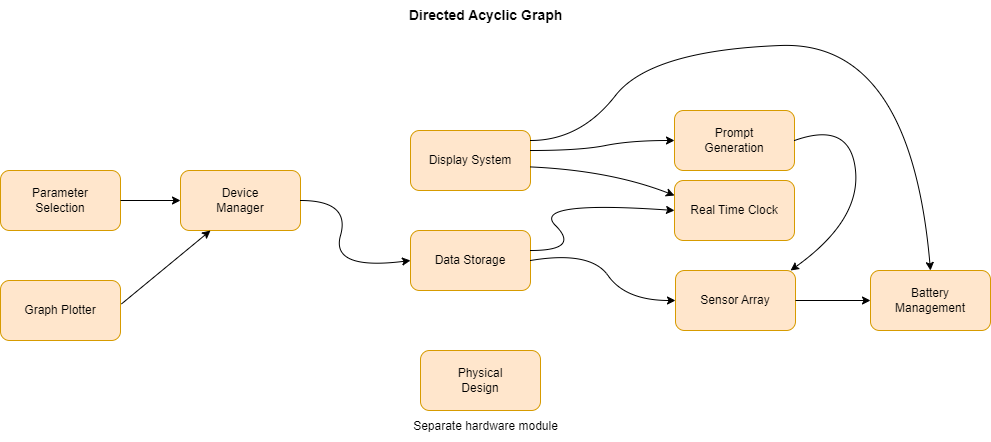
Earlier version of the draw.io export docs/Design/SoftArchitecture/DAG.png (zakerl/Capstone_Project). Source tidied: cells renumbered, new cells last; positions are measured from the earlier drawing's top-left corner, leaving out a move shared by most shapes.
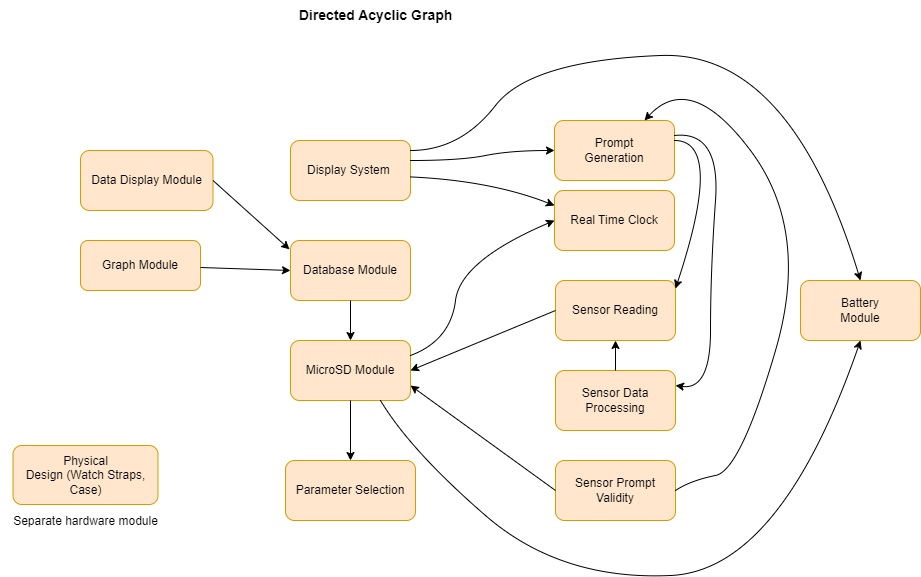
After the change.

Commit message:
Changed diagrams for FSM and DAG

Change to the diagram source:
```diff
@@ -2,114 +2,141 @@
   <root>
     <mxCell id="0" />
     <mxCell id="1" parent="0" />
-    <mxCell id="2" value="Battery &lt;br&gt;Management" style="rounded=1;whiteSpace=wrap;html=1;fillColor=#ffe6cc;strokeColor=#d79b00;" parent="1" vertex="1">
-      <mxGeometry x="870" y="270" width="120" height="60" as="geometry" />
+    <mxCell id="2" value="Battery &lt;br&gt;Module" style="rounded=1;whiteSpace=wrap;html=1;fillColor=#ffe6cc;strokeColor=#d79b00;" parent="1" vertex="1">
+      <mxGeometry x="900" y="350" width="120" height="60" as="geometry" />
     </mxCell>
-    <mxCell id="3" value="Sensor Array" style="rounded=1;whiteSpace=wrap;html=1;fillColor=#ffe6cc;strokeColor=#d79b00;" parent="1" vertex="1">
-      <mxGeometry x="675" y="270" width="120" height="60" as="geometry" />
+    <mxCell id="3" value="Sensor Reading" style="rounded=1;whiteSpace=wrap;html=1;fillColor=#ffe6cc;strokeColor=#d79b00;" parent="1" vertex="1">
+      <mxGeometry x="655" y="350" width="120" height="60" as="geometry" />
     </mxCell>
-    <mxCell id="4" value="Device&lt;br&gt;Manager" style="rounded=1;whiteSpace=wrap;html=1;fillColor=#ffe6cc;strokeColor=#d79b00;" parent="1" vertex="1">
-      <mxGeometry x="180" y="170" width="120" height="60" as="geometry" />
-    </mxCell>
-    <mxCell id="5" value="Data Storage" style="rounded=1;whiteSpace=wrap;html=1;fillColor=#ffe6cc;strokeColor=#d79b00;" parent="1" vertex="1">
-      <mxGeometry x="410" y="230" width="120" height="60" as="geometry" />
+    <mxCell id="5" value="Database Module" style="rounded=1;whiteSpace=wrap;html=1;fillColor=#ffe6cc;strokeColor=#d79b00;" parent="1" vertex="1">
+      <mxGeometry x="390" y="310" width="120" height="60" as="geometry" />
     </mxCell>
-    <mxCell id="6" value="Display System" style="rounded=1;whiteSpace=wrap;html=1;fillColor=#ffe6cc;strokeColor=#d79b00;" parent="1" vertex="1">
-      <mxGeometry x="410" y="130" width="120" height="60" as="geometry" />
+    <mxCell id="6" value="Display System&amp;nbsp;" style="rounded=1;whiteSpace=wrap;html=1;fillColor=#ffe6cc;strokeColor=#d79b00;" parent="1" vertex="1">
+      <mxGeometry x="390" y="210" width="120" height="60" as="geometry" />
     </mxCell>
     <mxCell id="7" value="Prompt &lt;br&gt;Generation" style="rounded=1;whiteSpace=wrap;html=1;fillColor=#ffe6cc;strokeColor=#d79b00;" parent="1" vertex="1">
-      <mxGeometry x="674" y="110" width="120" height="60" as="geometry" />
+      <mxGeometry x="654" y="190" width="120" height="60" as="geometry" />
     </mxCell>
     <mxCell id="8" value="Real Time Clock" style="rounded=1;whiteSpace=wrap;html=1;fillColor=#ffe6cc;strokeColor=#d79b00;" parent="1" vertex="1">
-      <mxGeometry x="674" y="180" width="120" height="60" as="geometry" />
+      <mxGeometry x="654" y="260" width="120" height="60" as="geometry" />
     </mxCell>
-    <mxCell id="9" value="Graph Plotter" style="rounded=1;whiteSpace=wrap;html=1;fillColor=#ffe6cc;strokeColor=#d79b00;" parent="1" vertex="1">
-      <mxGeometry y="280" width="120" height="60" as="geometry" />
+    <mxCell id="9" value="Graph Module" style="rounded=1;whiteSpace=wrap;html=1;fillColor=#ffe6cc;strokeColor=#d79b00;" parent="1" vertex="1">
+      <mxGeometry x="180" y="310" width="120" height="50" as="geometry" />
     </mxCell>
-    <mxCell id="10" value="Parameter &lt;br&gt;Selection" style="rounded=1;whiteSpace=wrap;html=1;fillColor=#ffe6cc;strokeColor=#d79b00;" parent="1" vertex="1">
-      <mxGeometry y="170" width="120" height="60" as="geometry" />
+    <mxCell id="10" value="Parameter Selection" style="rounded=1;whiteSpace=wrap;html=1;fillColor=#ffe6cc;strokeColor=#d79b00;" parent="1" vertex="1">
+      <mxGeometry x="385" y="530" width="130" height="60" as="geometry" />
     </mxCell>
-    <mxCell id="11" value="Physical &lt;br&gt;Design" style="rounded=1;whiteSpace=wrap;html=1;fillColor=#ffe6cc;strokeColor=#d79b00;" parent="1" vertex="1">
-      <mxGeometry x="420" y="350" width="120" height="60" as="geometry" />
+    <mxCell id="11" value="Physical &lt;br&gt;Design (Watch Straps, Case)" style="rounded=1;whiteSpace=wrap;html=1;fillColor=#ffe6cc;strokeColor=#d79b00;" parent="1" vertex="1">
+      <mxGeometry x="112.5" y="515" width="145" height="59" as="geometry" />
     </mxCell>
     <mxCell id="12" value="&lt;font style=&quot;font-size: 14px;&quot;&gt;&lt;b&gt;Directed Acyclic Graph&lt;/b&gt;&lt;/font&gt;" style="text;html=1;align=center;verticalAlign=middle;strokeColor=none;fillColor=none;" parent="1" vertex="1">
-      <mxGeometry x="395" width="180" height="30" as="geometry" />
+      <mxGeometry x="385" y="70" width="180" height="30" as="geometry" />
     </mxCell>
-    <mxCell id="13" style="curved=1;endArrow=classic;html=1;rounded=0;fontSize=14;exitX=1;exitY=0.5;exitDx=0;exitDy=0;" parent="1" edge="1" source="5">
-      <mxGeometry relative="1" as="geometry">
-        <mxPoint x="675" y="300" as="targetPoint" />
-        <Array as="points">
-          <mxPoint x="590" y="250" />
-          <mxPoint x="625" y="300" />
-        </Array>
-      </mxGeometry>
-    </mxCell>
-    <mxCell id="14" style="curved=1;endArrow=classic;html=1;rounded=0;fontSize=14;entryX=0;entryY=0.5;entryDx=0;entryDy=0;" parent="1" edge="1" target="8">
-      <mxGeometry relative="1" as="geometry">
-        <mxPoint x="530" y="250" as="sourcePoint" />
-        <Array as="points">
-          <mxPoint x="580" y="250" />
-          <mxPoint x="530" y="200" />
-        </Array>
-      </mxGeometry>
-    </mxCell>
     <mxCell id="15" style="curved=1;endArrow=classic;html=1;rounded=0;fontSize=14;exitX=0.999;exitY=0.607;exitDx=0;exitDy=0;exitPerimeter=0;entryX=0;entryY=0.25;entryDx=0;entryDy=0;" parent="1" edge="1" source="6" target="8">
       <mxGeometry relative="1" as="geometry">
         <Array as="points">
-          <mxPoint x="610" y="170" />
+          <mxPoint x="590" y="250" />
         </Array>
       </mxGeometry>
     </mxCell>
     <mxCell id="16" style="curved=1;endArrow=classic;html=1;rounded=0;fontSize=14;entryX=0;entryY=0.5;entryDx=0;entryDy=0;" parent="1" edge="1" target="7">
       <mxGeometry relative="1" as="geometry">
-        <mxPoint x="530" y="150" as="sourcePoint" />
+        <mxPoint x="510" y="230" as="sourcePoint" />
         <Array as="points">
-          <mxPoint x="580" y="150" />
-          <mxPoint x="630" y="140" />
+          <mxPoint x="560" y="230" />
+          <mxPoint x="610" y="220" />
         </Array>
       </mxGeometry>
     </mxCell>
-    <mxCell id="17" style="curved=1;endArrow=classic;html=1;rounded=0;fontSize=14;exitX=1;exitY=0.5;exitDx=0;exitDy=0;" parent="1" edge="1" source="7">
-      <mxGeometry relative="1" as="geometry">
-        <mxPoint x="790" y="270" as="targetPoint" />
-        <Array as="points">
-          <mxPoint x="850" y="120" />
-          <mxPoint x="860" y="220" />
-        </Array>
-      </mxGeometry>
-    </mxCell>
-    <mxCell id="18" style="curved=1;endArrow=classic;html=1;rounded=0;fontSize=14;entryX=0;entryY=0.5;entryDx=0;entryDy=0;" parent="1" edge="1" target="5">
-      <mxGeometry relative="1" as="geometry">
-        <mxPoint x="300" y="200" as="sourcePoint" />
-        <Array as="points">
-          <mxPoint x="350" y="200" />
-          <mxPoint x="330" y="270" />
-        </Array>
-      </mxGeometry>
-    </mxCell>
-    <mxCell id="19" style="endArrow=classic;html=1;rounded=0;fontSize=14;" parent="1" edge="1" target="4">
-      <mxGeometry relative="1" as="geometry">
-        <mxPoint x="120" y="200" as="sourcePoint" />
-      </mxGeometry>
-    </mxCell>
-    <mxCell id="20" style="endArrow=classic;html=1;rounded=0;fontSize=14;exitX=1;exitY=0.5;exitDx=0;exitDy=0;entryX=0;entryY=0.5;entryDx=0;entryDy=0;entryPerimeter=0;" parent="1" edge="1" source="3" target="2">
-      <mxGeometry relative="1" as="geometry" />
-    </mxCell>
     <mxCell id="21" style="curved=1;endArrow=classic;html=1;rounded=0;fontSize=14;entryX=0.5;entryY=0;entryDx=0;entryDy=0;" parent="1" edge="1" target="2">
       <mxGeometry relative="1" as="geometry">
-        <mxPoint x="530" y="140" as="sourcePoint" />
+        <mxPoint x="510" y="220" as="sourcePoint" />
         <Array as="points">
-          <mxPoint x="580" y="140" />
-          <mxPoint x="650" y="50" />
-          <mxPoint x="910" y="40" />
+          <mxPoint x="560" y="220" />
+          <mxPoint x="630" y="130" />
+          <mxPoint x="890" y="120" />
         </Array>
       </mxGeometry>
     </mxCell>
-    <mxCell id="22" style="endArrow=classic;html=1;rounded=0;fontSize=14;entryX=0.25;entryY=1;entryDx=0;entryDy=0;exitX=1.008;exitY=0.391;exitDx=0;exitDy=0;exitPerimeter=0;" parent="1" edge="1" source="9" target="4">
-      <mxGeometry relative="1" as="geometry" />
-    </mxCell>
     <mxCell id="23" value="&lt;font style=&quot;font-size: 12px;&quot;&gt;Separate hardware module&lt;/font&gt;" style="text;html=1;align=center;verticalAlign=middle;strokeColor=none;fillColor=none;fontSize=14;" parent="1" vertex="1">
-      <mxGeometry x="400" y="410" width="170" height="30" as="geometry" />
+      <mxGeometry x="100" y="575" width="170" height="30" as="geometry" />
     </mxCell>
+    <mxCell id="24" value="MicroSD Module" style="rounded=1;whiteSpace=wrap;html=1;fillColor=#ffe6cc;strokeColor=#d79b00;" parent="1" vertex="1">
+      <mxGeometry x="390" y="410" width="120" height="60" as="geometry" />
+    </mxCell>
+    <mxCell id="25" value="Sensor Data Processing" style="rounded=1;whiteSpace=wrap;html=1;fillColor=#ffe6cc;strokeColor=#d79b00;" parent="1" vertex="1">
+      <mxGeometry x="655" y="440" width="120" height="60" as="geometry" />
+    </mxCell>
+    <mxCell id="26" value="Sensor Prompt Validity" style="rounded=1;whiteSpace=wrap;html=1;fillColor=#ffe6cc;strokeColor=#d79b00;" parent="1" vertex="1">
+      <mxGeometry x="655" y="530" width="120" height="60" as="geometry" />
+    </mxCell>
+    <mxCell id="27" value="Data Display Module" style="rounded=1;whiteSpace=wrap;html=1;fillColor=#ffe6cc;strokeColor=#d79b00;" parent="1" vertex="1">
+      <mxGeometry x="180" y="220" width="132.5" height="60" as="geometry" />
+    </mxCell>
+    <mxCell id="28" style="endArrow=classic;html=1;rounded=0;exitX=0.5;exitY=1;exitDx=0;exitDy=0;entryX=0.5;entryY=0;entryDx=0;entryDy=0;" parent="1" edge="1" source="5" target="24">
+      <mxGeometry relative="1" as="geometry" />
+    </mxCell>
+    <mxCell id="29" style="endArrow=classic;html=1;rounded=0;entryX=0;entryY=0.5;entryDx=0;entryDy=0;" parent="1" edge="1" source="9" target="5">
+      <mxGeometry relative="1" as="geometry" />
+    </mxCell>
+    <mxCell id="30" style="endArrow=classic;html=1;rounded=0;entryX=0.5;entryY=0;entryDx=0;entryDy=0;exitX=0.5;exitY=1;exitDx=0;exitDy=0;" parent="1" edge="1" source="24" target="10">
+      <mxGeometry relative="1" as="geometry" />
+    </mxCell>
+    <mxCell id="31" style="curved=1;endArrow=classic;html=1;rounded=0;entryX=0;entryY=0.5;entryDx=0;entryDy=0;exitX=1;exitY=0.25;exitDx=0;exitDy=0;" parent="1" edge="1" source="24" target="8">
+      <mxGeometry relative="1" as="geometry">
+        <Array as="points">
+          <mxPoint x="550" y="410" />
+          <mxPoint x="560" y="330" />
+        </Array>
+      </mxGeometry>
+    </mxCell>
+    <mxCell id="32" style="curved=1;endArrow=classic;html=1;rounded=0;entryX=1;entryY=0.133;entryDx=0;entryDy=0;entryPerimeter=0;" parent="1" edge="1" target="3">
+      <mxGeometry relative="1" as="geometry">
+        <mxPoint x="774" y="210" as="sourcePoint" />
+        <Array as="points">
+          <mxPoint x="824" y="210" />
+        </Array>
+      </mxGeometry>
+    </mxCell>
+    <mxCell id="33" style="curved=1;endArrow=classic;html=1;rounded=0;exitX=1;exitY=0.25;exitDx=0;exitDy=0;entryX=1;entryY=0.25;entryDx=0;entryDy=0;" parent="1" edge="1" source="7" target="25">
+      <mxGeometry relative="1" as="geometry">
+        <Array as="points">
+          <mxPoint x="820" y="200" />
+          <mxPoint x="810" y="340" />
+          <mxPoint x="810" y="460" />
+        </Array>
+      </mxGeometry>
+    </mxCell>
+    <mxCell id="34" style="curved=1;endArrow=classic;html=1;rounded=0;exitX=1;exitY=0.5;exitDx=0;exitDy=0;entryX=0.75;entryY=0;entryDx=0;entryDy=0;" parent="1" edge="1" source="26" target="7">
+      <mxGeometry relative="1" as="geometry">
+        <Array as="points">
+          <mxPoint x="790" y="550" />
+          <mxPoint x="840" y="540" />
+          <mxPoint x="910" y="300" />
+          <mxPoint x="790" y="140" />
+        </Array>
+      </mxGeometry>
+    </mxCell>
+    <mxCell id="35" style="endArrow=classic;html=1;rounded=0;entryX=1;entryY=0.5;entryDx=0;entryDy=0;exitX=0;exitY=0.5;exitDx=0;exitDy=0;" parent="1" edge="1" source="3" target="24">
+      <mxGeometry relative="1" as="geometry" />
+    </mxCell>
+    <mxCell id="36" style="endArrow=classic;html=1;rounded=0;exitX=0.5;exitY=0;exitDx=0;exitDy=0;entryX=0.5;entryY=1;entryDx=0;entryDy=0;" parent="1" edge="1" source="25" target="3">
+      <mxGeometry relative="1" as="geometry" />
+    </mxCell>
+    <mxCell id="37" style="endArrow=classic;html=1;rounded=0;exitX=0;exitY=0.5;exitDx=0;exitDy=0;entryX=1;entryY=0.75;entryDx=0;entryDy=0;" parent="1" edge="1" source="26" target="24">
+      <mxGeometry relative="1" as="geometry" />
+    </mxCell>
+    <mxCell id="38" style="endArrow=classic;html=1;rounded=0;entryX=-0.008;entryY=0.148;entryDx=0;entryDy=0;exitX=1;exitY=0.5;exitDx=0;exitDy=0;entryPerimeter=0;" parent="1" edge="1" source="27" target="5">
+      <mxGeometry relative="1" as="geometry" />
+    </mxCell>
+    <mxCell id="39" style="curved=1;endArrow=classic;html=1;rounded=0;entryX=0.5;entryY=1;entryDx=0;entryDy=0;exitX=0.75;exitY=1;exitDx=0;exitDy=0;" parent="1" edge="1" source="24" target="2">
+      <mxGeometry relative="1" as="geometry">
+        <Array as="points">
+          <mxPoint x="510" y="520" />
+          <mxPoint x="660" y="650" />
+          <mxPoint x="880" y="640" />
+        </Array>
+      </mxGeometry>
+    </mxCell>
   </root>
 </mxGraphModel>
```
